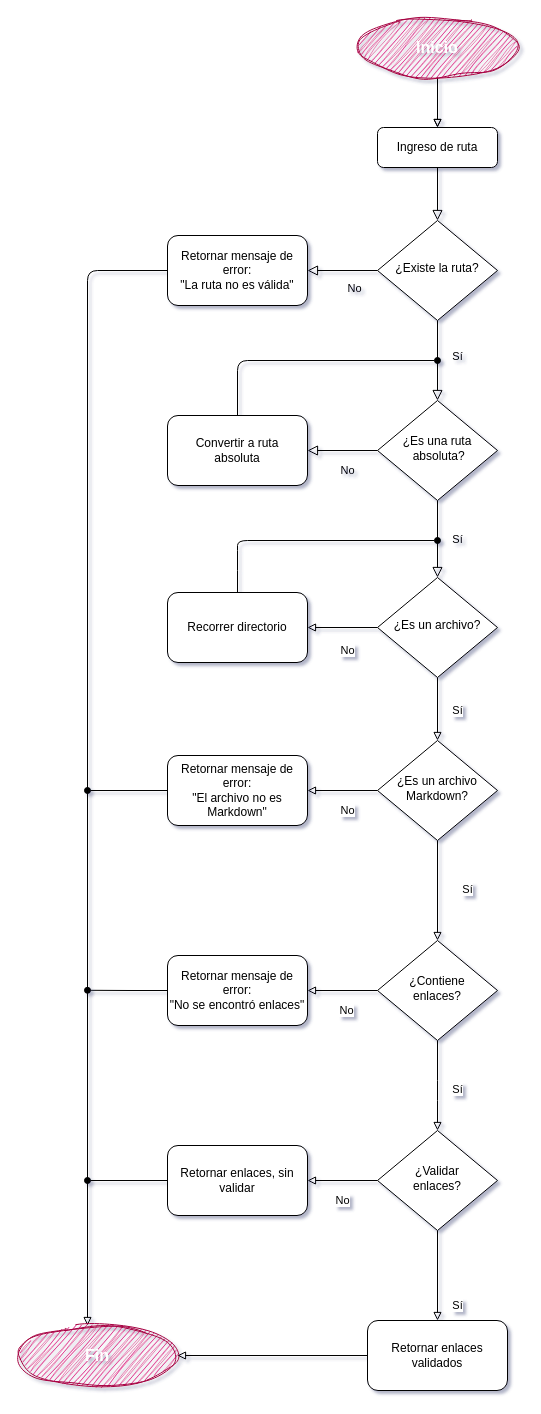
The draw.io diagram diagrama.drawio in LizettePerez/DEV006-md-links, before the edit. Source tidied: cells renumbered, new cells numbered last; positions are measured from the earlier drawing's top-left corner, leaving out a move shared by most shapes. Both pictures are drawn from the tidied source at 100%, with x=0, y=0 at pixel (17, 17).
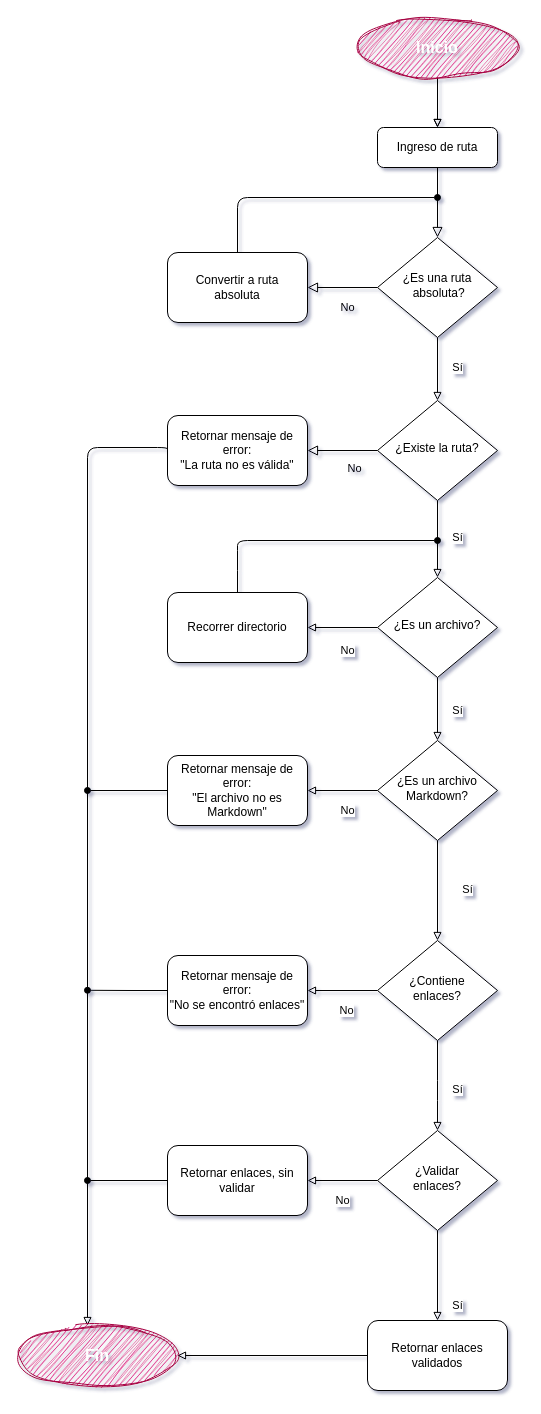
The same diagram, later.

Commit message:
Modificación diagrama de flujo

The change refers to these unchanged cells:
```xml
<mxCell id="3" value="Ingreso de ruta" style="rounded=1;whiteSpace=wrap;html=1;fontSize=12;glass=0;strokeWidth=1;shadow=0;" parent="1" vertex="1">
  <mxGeometry x="360" y="110" width="120" height="40" as="geometry" />
</mxCell>
<mxCell id="17" value="&lt;b&gt;&lt;font style=&quot;font-size: 16px;&quot;&gt;Fin&lt;/font&gt;&lt;/b&gt;" style="strokeWidth=1;html=1;shape=mxgraph.flowchart.start_1;whiteSpace=wrap;fillColor=#d80073;fontColor=#ffffff;strokeColor=#A50040;sketch=1;curveFitting=1;jiggle=2;" parent="1" vertex="1">
  <mxGeometry y="1308" width="160" height="60" as="geometry" />
</mxCell>
<mxCell id="20" value="¿Es un archivo?" style="rhombus;whiteSpace=wrap;html=1;shadow=0;fontFamily=Helvetica;fontSize=12;align=center;strokeWidth=1;spacing=6;spacingTop=-4;" parent="1" vertex="1">
  <mxGeometry x="360" y="560" width="120" height="100" as="geometry" />
</mxCell>
```

Diff of the diagram source:
```diff
@@
-    <mxCell id="2" style="rounded=0;html=1;jettySize=auto;fontSize=11;endArrow=block;endFill=0;endSize=8;strokeWidth=1;shadow=0;labelBackgroundColor=none;edgeStyle=orthogonalEdgeStyle;" parent="1" edge="1" source="3" target="6">
+    <mxCell id="2" style="rounded=0;html=1;jettySize=auto;fontSize=11;endArrow=block;endFill=0;endSize=8;strokeWidth=1;shadow=0;labelBackgroundColor=none;edgeStyle=orthogonalEdgeStyle;entryX=0.5;entryY=0;entryDx=0;entryDy=0;" parent="1" edge="1" source="3" target="11">
       <mxGeometry relative="1" as="geometry" />
     </mxCell>
@@
-    <mxCell id="4" value="Sí" style="rounded=0;html=1;jettySize=auto;fontSize=11;endArrow=block;endFill=0;endSize=8;strokeWidth=1;shadow=0;labelBackgroundColor=none;edgeStyle=orthogonalEdgeStyle;" parent="1" edge="1" source="6" target="11">
-      <mxGeometry x="-0.09" y="20" relative="1" as="geometry" />
-    </mxCell>
@@
+    <mxCell id="40" value="Sí" style="edgeStyle=none;html=1;entryX=0.5;entryY=0;entryDx=0;entryDy=0;endArrow=block;endFill=0;" parent="1" edge="1" source="6" target="20">
+      <mxGeometry x="-0.04" y="20" relative="1" as="geometry" />
+    </mxCell>
     <mxCell id="6" value="¿Existe la ruta?" style="rhombus;whiteSpace=wrap;html=1;shadow=0;fontFamily=Helvetica;fontSize=12;align=center;strokeWidth=1;spacing=6;spacingTop=-4;" parent="1" vertex="1">
-      <mxGeometry x="360" y="203" width="120" height="100" as="geometry" />
+      <mxGeometry x="360" y="383" width="120" height="100" as="geometry" />
     </mxCell>
     <mxCell id="7" style="edgeStyle=orthogonalEdgeStyle;html=1;endArrow=block;endFill=0;exitX=0;exitY=0.5;exitDx=0;exitDy=0;" parent="1" edge="1" source="8" target="17">
       <mxGeometry relative="1" as="geometry">
         <Array as="points">
-          <mxPoint x="150" y="253" />
-          <mxPoint x="70" y="253" />
-          <mxPoint x="70" y="733" />
+          <mxPoint x="150" y="430" />
+          <mxPoint x="70" y="430" />
         </Array>
       </mxGeometry>
     </mxCell>
     <mxCell id="8" value="Retornar mensaje de error:&lt;br&gt;&quot;La ruta no es válida&quot;" style="rounded=1;whiteSpace=wrap;html=1;fontSize=12;glass=0;strokeWidth=1;shadow=0;" parent="1" vertex="1">
-      <mxGeometry x="150" y="218" width="140" height="70" as="geometry" />
+      <mxGeometry x="150" y="398" width="140" height="70" as="geometry" />
     </mxCell>
-    <mxCell id="9" value="Sí" style="rounded=0;html=1;jettySize=auto;fontSize=11;endArrow=block;endFill=0;endSize=8;strokeWidth=1;shadow=0;labelBackgroundColor=none;edgeStyle=orthogonalEdgeStyle;entryX=0.5;entryY=0;entryDx=0;entryDy=0;" parent="1" edge="1" source="11" target="20">
-      <mxGeometry y="20" relative="1" as="geometry" />
-    </mxCell>
@@
+    <mxCell id="41" value="Sí" style="edgeStyle=none;html=1;entryX=0.5;entryY=0;entryDx=0;entryDy=0;endArrow=block;endFill=0;" parent="1" edge="1" source="11" target="6">
+      <mxGeometry x="-0.05" y="20" relative="1" as="geometry" />
+    </mxCell>
     <mxCell id="11" value="¿Es una ruta&lt;br&gt;&amp;nbsp;absoluta?" style="rhombus;whiteSpace=wrap;html=1;shadow=0;fontFamily=Helvetica;fontSize=12;align=center;strokeWidth=1;spacing=6;spacingTop=-4;" parent="1" vertex="1">
-      <mxGeometry x="360" y="383" width="120" height="100" as="geometry" />
+      <mxGeometry x="360" y="220" width="120" height="100" as="geometry" />
     </mxCell>
     <mxCell id="12" style="edgeStyle=orthogonalEdgeStyle;html=1;fontSize=16;endArrow=oval;endFill=1;" parent="1" edge="1" source="13">
       <mxGeometry relative="1" as="geometry">
-        <mxPoint x="420" y="343" as="targetPoint" />
+        <mxPoint x="420" y="180" as="targetPoint" />
         <Array as="points">
-          <mxPoint x="220" y="343" />
-          <mxPoint x="420" y="343" />
+          <mxPoint x="220" y="180" />
+          <mxPoint x="420" y="180" />
         </Array>
       </mxGeometry>
     </mxCell>
     <mxCell id="13" value="Convertir a ruta&lt;br&gt;absoluta" style="rounded=1;whiteSpace=wrap;html=1;fontSize=12;glass=0;strokeWidth=1;shadow=0;" parent="1" vertex="1">
-      <mxGeometry x="150" y="398" width="140" height="70" as="geometry" />
+      <mxGeometry x="150" y="235" width="140" height="70" as="geometry" />
     </mxCell>
```
